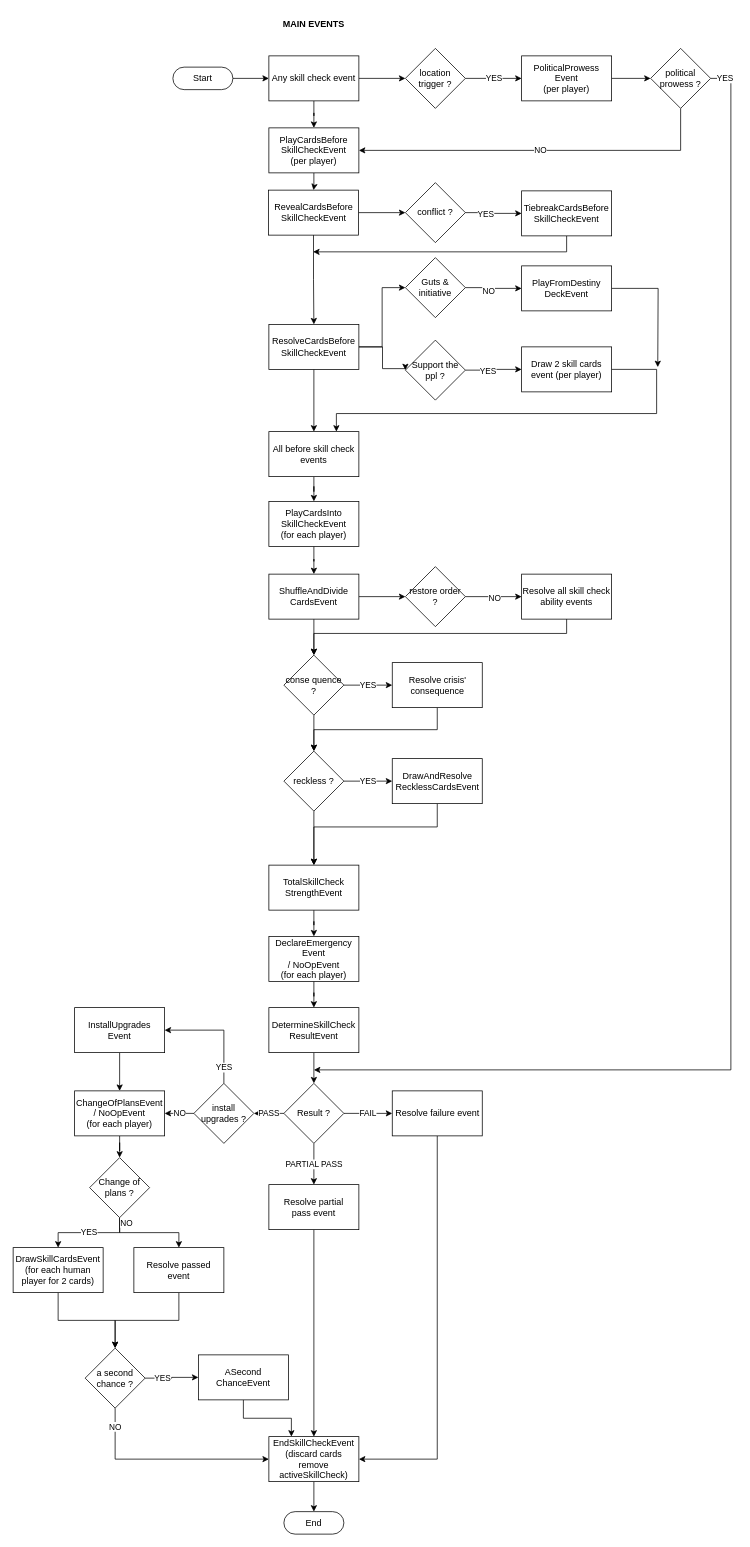
The draw.io diagram skill-check.drawio in G2HJei/frakkin-toasters, before the edit. Source tidied: cells renumbered, new cells numbered last; positions are measured from the earlier drawing's top-left corner, leaving out a move shared by most shapes. Both pictures are drawn from the tidied source at 75%, with x=0, y=0 at pixel (13, 13).
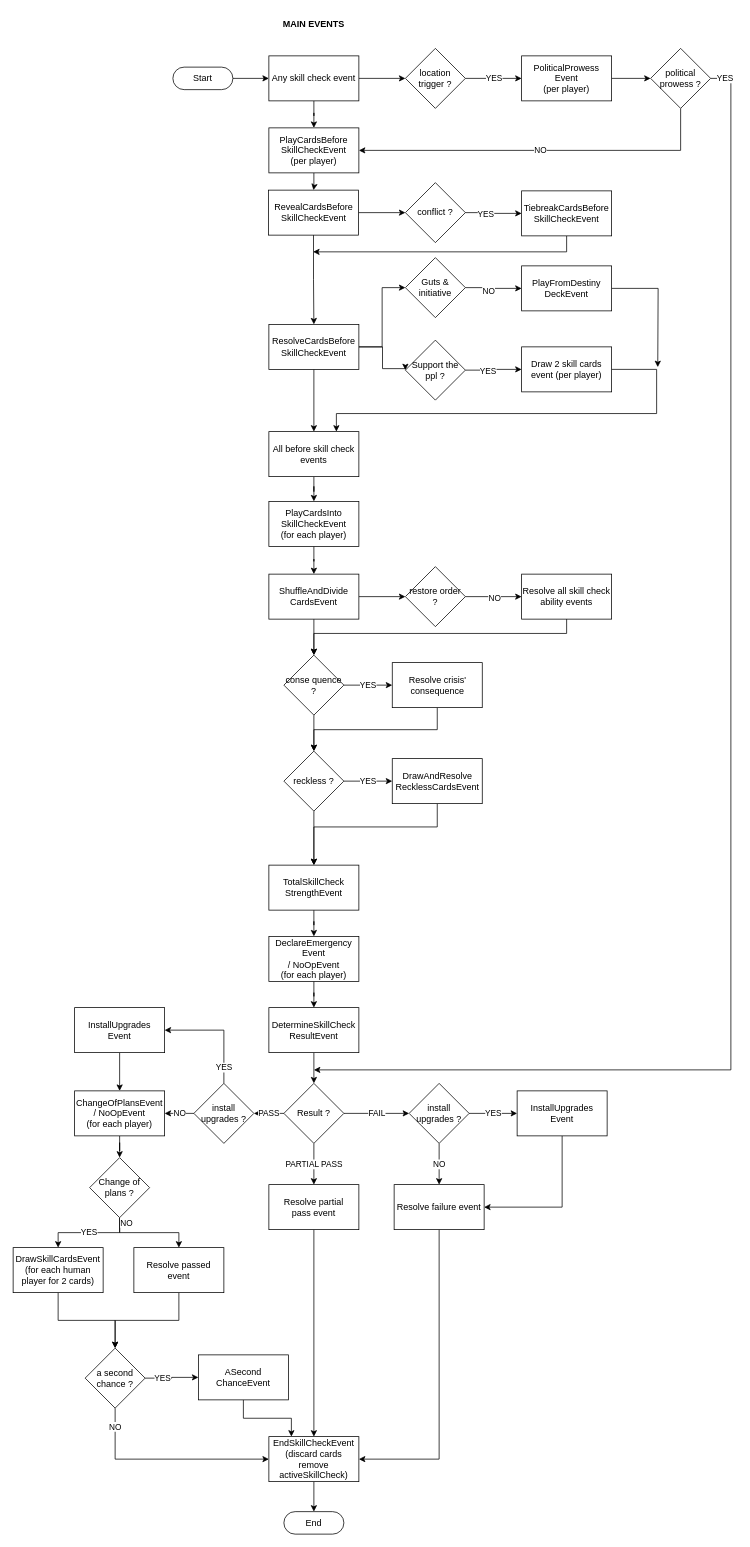
The same diagram, later.

Unchanged cells that the change refers to:
```xml
<mxCell id="62" value="Result ?" style="rhombus;whiteSpace=wrap;html=1;shapeInside=1;" parent="1" vertex="1">
  <mxGeometry x="361" y="1427" width="80" height="80" as="geometry" />
</mxCell>
```

What changed in the source:
```diff
@@
-    <mxCell id="60" value="FAIL" style="edgeStyle=orthogonalEdgeStyle;rounded=0;jettySize=auto;html=1;" parent="1" edge="1" source="62" target="85">
+    <mxCell id="60" value="FAIL" style="edgeStyle=orthogonalEdgeStyle;rounded=0;jettySize=auto;html=1;entryX=0;entryY=0.5;entryDx=0;entryDy=0;" parent="1" edge="1" source="62" target="99">
       <mxGeometry relative="1" as="geometry" />
     </mxCell>
@@
     <mxCell id="85" value="Resolve failure event" style="rounded=0;whiteSpace=wrap;html=1;" parent="1" vertex="1">
-      <mxGeometry x="505.5" y="1437" width="120" height="60" as="geometry" />
+      <mxGeometry x="508" y="1562" width="120" height="60" as="geometry" />
     </mxCell>
@@
+    <mxCell id="97" value="NO" style="edgeStyle=orthogonalEdgeStyle;rounded=0;jettySize=auto;html=1;entryX=0.5;entryY=0;entryDx=0;entryDy=0;defaultLabelBackgroundColor=page;" parent="1" edge="1" source="99" target="85">
+      <mxGeometry relative="1" as="geometry" />
+    </mxCell>
+    <mxCell id="98" value="YES" style="edgeStyle=orthogonalEdgeStyle;rounded=0;jettySize=auto;html=1;defaultLabelBackgroundColor=page;" parent="1" edge="1" source="99" target="101">
+      <mxGeometry relative="1" as="geometry" />
+    </mxCell>
+    <mxCell id="99" value="install upgrades ?" style="rhombus;whiteSpace=wrap;html=1;shapeInside=1;" parent="1" vertex="1">
+      <mxGeometry x="528" y="1427" width="80" height="80" as="geometry" />
+    </mxCell>
+    <mxCell id="100" style="edgeStyle=orthogonalEdgeStyle;rounded=0;jettySize=auto;html=1;entryX=1;entryY=0.5;entryDx=0;entryDy=0;defaultLabelBackgroundColor=page;exitX=0.5;exitY=1;exitDx=0;exitDy=0;" parent="1" edge="1" source="101" target="85">
+      <mxGeometry relative="1" as="geometry" />
+    </mxCell>
+    <mxCell id="101" value="InstallUpgrades&lt;br&gt;Event" style="rounded=0;whiteSpace=wrap;html=1;" parent="1" vertex="1">
+      <mxGeometry x="672" y="1437" width="120" height="60" as="geometry" />
+    </mxCell>
```
